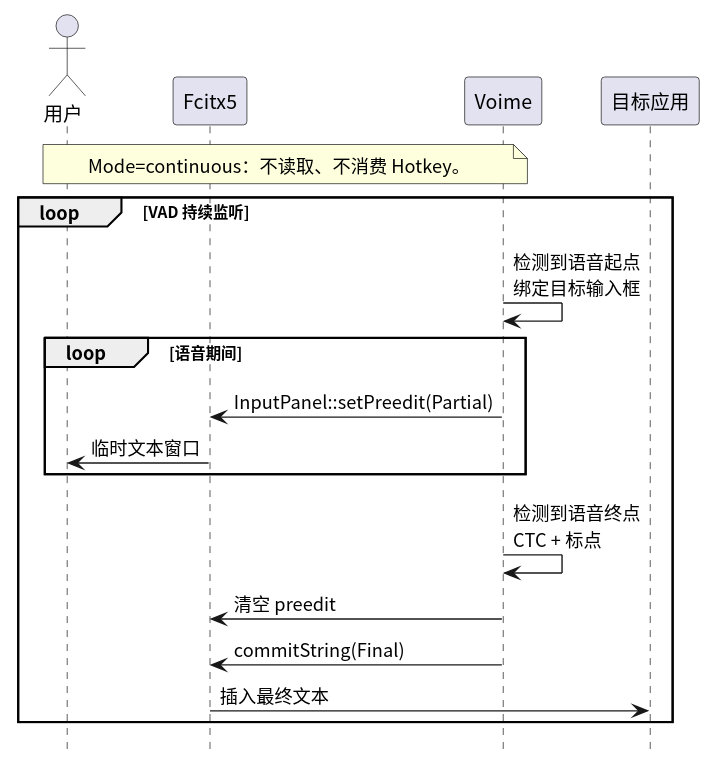
Above: diagram/seq-continuous.svg in 54m43lJ/voime (PlantUML), before the change.
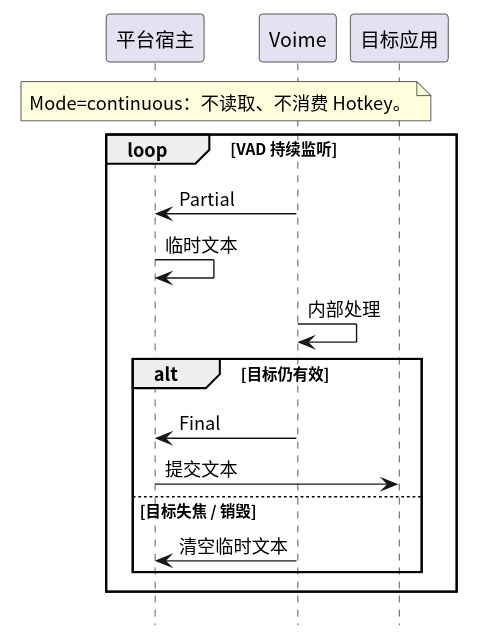
After the commit.

Diff of the diagram source:
```diff
@@ -3,24 +3,23 @@
 skinparam shadowing false
 hide footbox
 
-actor "用户" as User
-participant "Fcitx5" as Fcitx
+participant "平台宿主" as Host
 participant "Voime" as Voime
 participant "目标应用" as App
 
-note over User, Voime
+note over Host, Voime
   Mode=continuous：不读取、不消费 Hotkey。
 end note
 
 loop VAD 持续监听
-  Voime -> Voime : 检测到语音起点\n绑定目标输入框
-  loop 语音期间
-    Voime -> Fcitx : InputPanel::setPreedit(Partial)
-    Fcitx -> User : 临时文本窗口
+  Voime -> Host : Partial
+  Host -> Host : 临时文本
+  Voime -> Voime : 内部处理
+  alt 目标仍有效
+    Voime -> Host : Final
+    Host -> App : 提交文本
+  else 目标失焦 / 销毁
+    Voime -> Host : 清空临时文本
   end
-  Voime -> Voime : 检测到语音终点\nCTC + 标点
-  Voime -> Fcitx : 清空 preedit
-  Voime -> Fcitx : commitString(Final)
-  Fcitx -> App : 插入最终文本
 end
 @enduml
```
